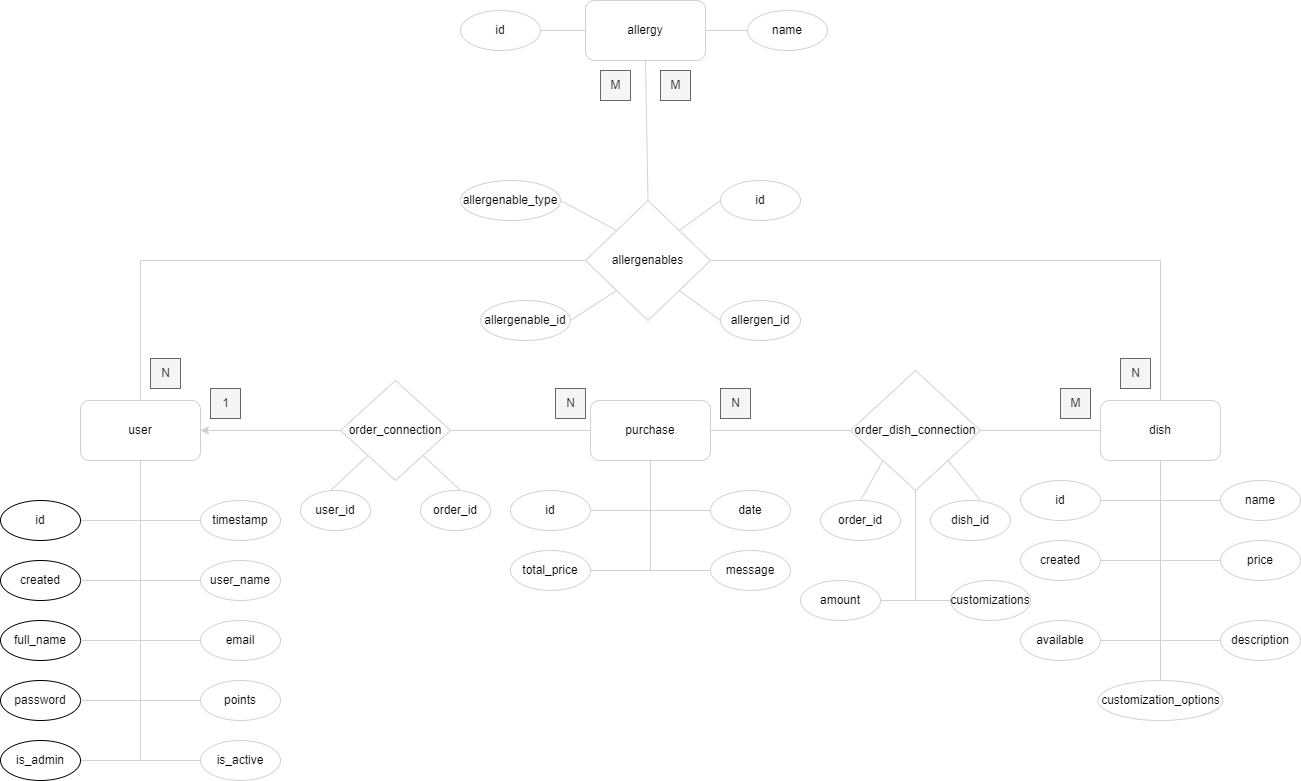
Above: EK_diagram.png in Jboti/Etterem_vizsgaremek (draw.io), before the change. Source tidied: cells renumbered, new cells last; positions are measured from the earlier drawing's top-left corner, leaving out a move shared by most shapes.
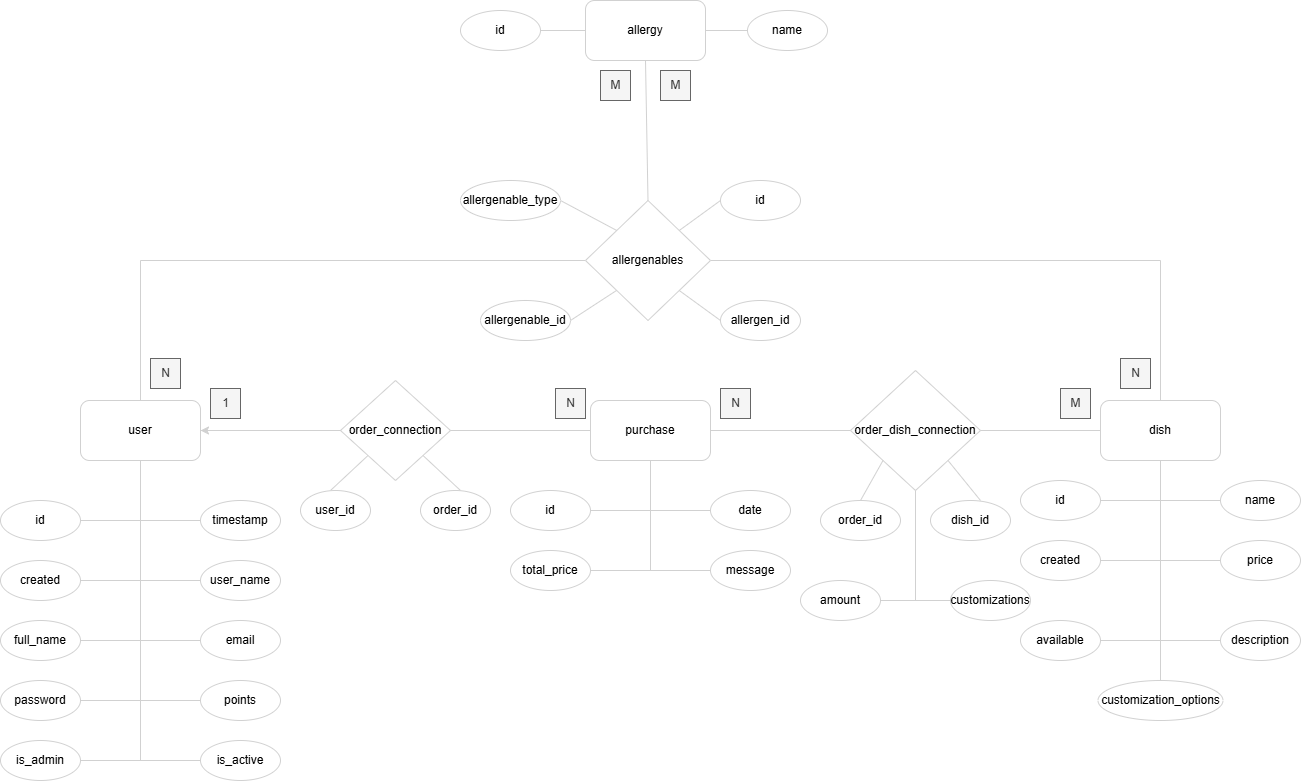
The same file after the commit.

Commit message:
hiba javítás

The edit, as a diff of the source:
```diff
@@ -19,10 +19,10 @@
     <mxCell id="5" value="timestamp" style="ellipse;whiteSpace=wrap;html=1;strokeColor=#D1D1D1;" parent="1" vertex="1">
       <mxGeometry x="200" y="500" width="80" height="40" as="geometry" />
     </mxCell>
-    <mxCell id="6" value="id" style="ellipse;whiteSpace=wrap;html=1;" parent="1" vertex="1">
+    <mxCell id="6" value="id" style="ellipse;whiteSpace=wrap;html=1;strokeColor=#D1D1D1;" parent="1" vertex="1">
       <mxGeometry y="500" width="80" height="40" as="geometry" />
     </mxCell>
-    <mxCell id="7" value="created" style="ellipse;whiteSpace=wrap;html=1;" parent="1" vertex="1">
+    <mxCell id="7" value="created" style="ellipse;whiteSpace=wrap;html=1;strokeColor=#D1D1D1;" parent="1" vertex="1">
       <mxGeometry y="560" width="80" height="40" as="geometry" />
     </mxCell>
     <mxCell id="8" style="endArrow=none;html=1;rounded=0;strokeColor=#D1D1D1;" parent="1" edge="1">
@@ -34,7 +34,7 @@
     <mxCell id="9" value="user_name" style="ellipse;whiteSpace=wrap;html=1;strokeColor=#D1D1D1;" parent="1" vertex="1">
       <mxGeometry x="200" y="560" width="80" height="40" as="geometry" />
     </mxCell>
-    <mxCell id="10" value="full_name" style="ellipse;whiteSpace=wrap;html=1;" parent="1" vertex="1">
+    <mxCell id="10" value="full_name" style="ellipse;whiteSpace=wrap;html=1;strokeColor=#D1D1D1;" parent="1" vertex="1">
       <mxGeometry y="620" width="80" height="40" as="geometry" />
     </mxCell>
     <mxCell id="11" style="endArrow=none;html=1;rounded=0;strokeColor=#D1D1D1;" parent="1" edge="1">
@@ -46,7 +46,7 @@
     <mxCell id="12" value="email" style="ellipse;whiteSpace=wrap;html=1;strokeColor=#D1D1D1;" parent="1" vertex="1">
       <mxGeometry x="200" y="620" width="80" height="40" as="geometry" />
     </mxCell>
-    <mxCell id="13" value="password" style="ellipse;whiteSpace=wrap;html=1;" parent="1" vertex="1">
+    <mxCell id="13" value="password" style="ellipse;whiteSpace=wrap;html=1;strokeColor=#D1D1D1;" parent="1" vertex="1">
       <mxGeometry y="680" width="80" height="40" as="geometry" />
     </mxCell>
     <mxCell id="14" style="endArrow=none;html=1;rounded=0;strokeColor=#D1D1D1;" parent="1" edge="1">
@@ -67,7 +67,7 @@
     <mxCell id="17" value="is_active" style="ellipse;whiteSpace=wrap;html=1;strokeColor=#D1D1D1;" parent="1" vertex="1">
       <mxGeometry x="200" y="740" width="80" height="40" as="geometry" />
     </mxCell>
-    <mxCell id="18" value="is_admin" style="ellipse;whiteSpace=wrap;html=1;" parent="1" vertex="1">
+    <mxCell id="18" value="is_admin" style="ellipse;whiteSpace=wrap;html=1;strokeColor=#D1D1D1;" parent="1" vertex="1">
       <mxGeometry y="740" width="80" height="40" as="geometry" />
     </mxCell>
     <mxCell id="19" value="order_connection" style="rhombus;whiteSpace=wrap;html=1;strokeColor=#D1D1D1;" parent="1" vertex="1">
```
